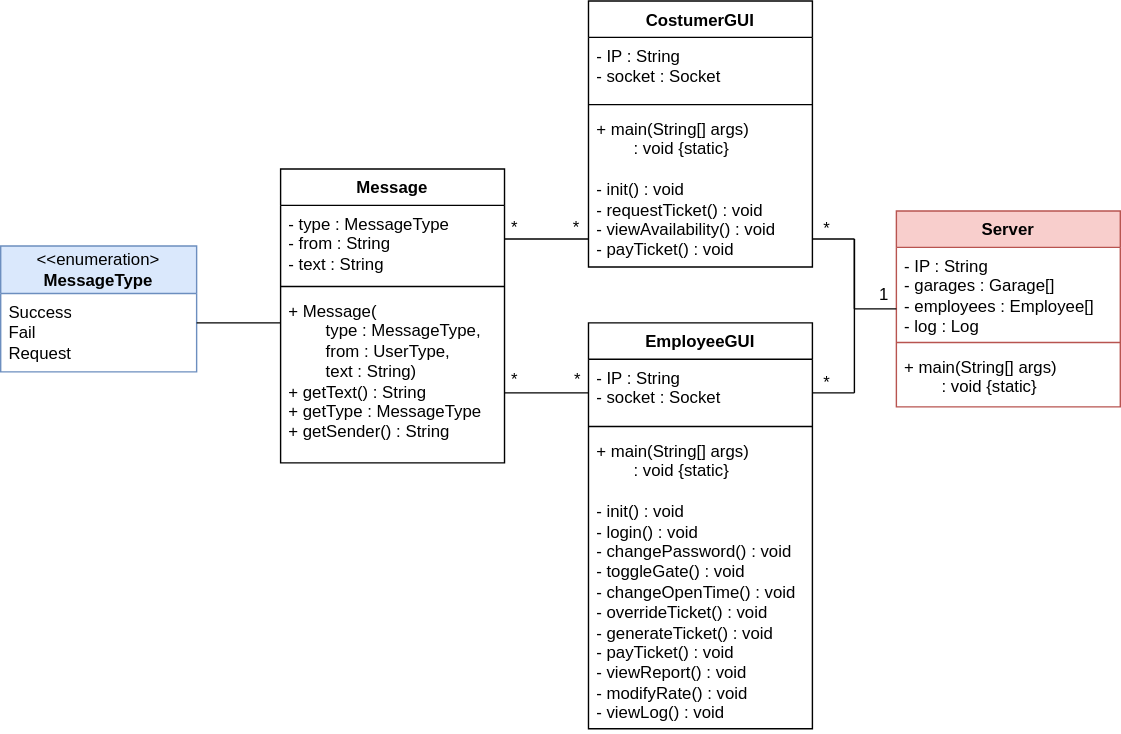
The draw.io diagram design/Diagrams/ClientClassDiagram.svg in CSUEB-CS401-02-SP25-Group-Project-1/parking-garage-system, before a commit. Source tidied: cells renumbered, new cells last; positions are measured from the earlier drawing's top-left corner, leaving out a move shared by most shapes.
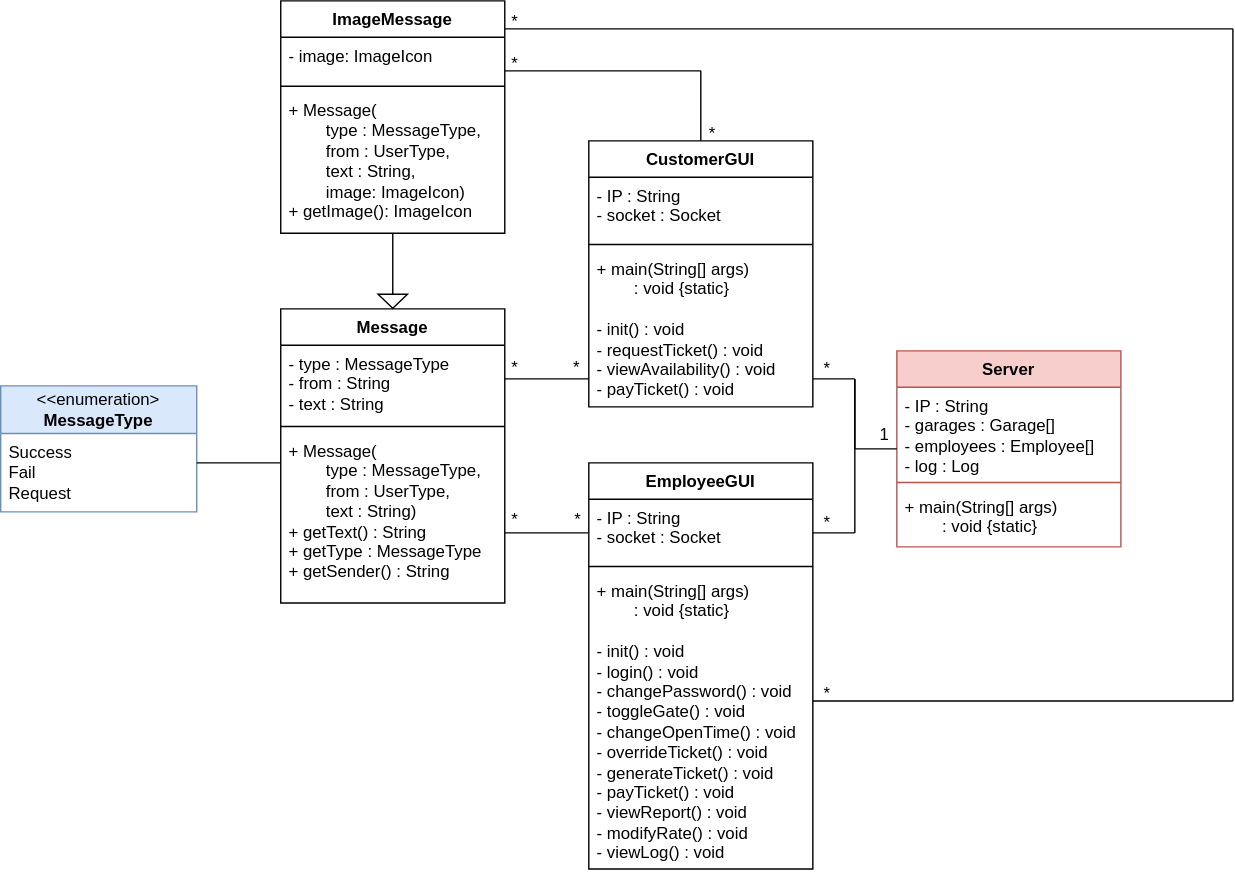
The same file after the commit.

Commit message:
revised class diagrams and added imagemessage class to doc

The edit, as a diff of the source:
```diff
@@ -2,7 +2,7 @@
   <root>
     <mxCell id="0" />
     <mxCell id="1" parent="0" />
-    <mxCell id="2" value="CostumerGUI" style="swimlane;fontStyle=1;align=center;verticalAlign=top;horizontal=1;startSize=26;whiteSpace=wrap;html=1;" parent="1" vertex="1">
+    <mxCell id="2" value="CustomerGUI" style="swimlane;fontStyle=1;align=center;verticalAlign=top;horizontal=1;startSize=26;whiteSpace=wrap;html=1;" parent="1" vertex="1">
       <mxGeometry x="420" width="160" height="190" as="geometry" />
     </mxCell>
     <mxCell id="3" value="&lt;div&gt;- IP : String&lt;/div&gt;&lt;div&gt;- socket : Socket&lt;/div&gt;" style="text;strokeColor=none;fillColor=none;align=left;verticalAlign=top;spacingLeft=4;spacingRight=4;overflow=hidden;whiteSpace=wrap;html=1;" parent="2" vertex="1">
@@ -131,5 +131,64 @@
     <mxCell id="35" value="1" style="text;html=1;align=center;verticalAlign=middle;strokeColor=none;fillColor=none;" parent="1" vertex="1">
       <mxGeometry x="616" y="195" width="30" height="30" as="geometry" />
     </mxCell>
+    <mxCell id="36" value="ImageMessage" style="swimlane;fontStyle=1;align=center;verticalAlign=top;horizontal=1;startSize=26;whiteSpace=wrap;html=1;" parent="1" vertex="1">
+      <mxGeometry x="200" y="-100" width="160" height="166" as="geometry" />
+    </mxCell>
+    <mxCell id="37" value="&lt;div&gt;- image: ImageIcon&lt;/div&gt;" style="text;strokeColor=none;fillColor=none;align=left;verticalAlign=top;spacingLeft=4;spacingRight=4;overflow=hidden;whiteSpace=wrap;html=1;" parent="36" vertex="1">
+      <mxGeometry y="26" width="160" height="31" as="geometry" />
+    </mxCell>
+    <mxCell id="38" style="line;strokeWidth=1;fillColor=none;align=left;verticalAlign=middle;spacingTop=-1;spacingLeft=3;spacingRight=3;labelPosition=right;strokeColor=inherit;" parent="36" vertex="1">
+      <mxGeometry y="57" width="160" height="8" as="geometry" />
+    </mxCell>
+    <mxCell id="39" style="endArrow=none;html=1;rounded=0;" parent="36" edge="1">
+      <mxGeometry relative="1" as="geometry">
+        <mxPoint x="300" y="50" as="sourcePoint" />
+        <mxPoint x="160" y="50" as="targetPoint" />
+      </mxGeometry>
+    </mxCell>
+    <mxCell id="40" value="&lt;div&gt;&lt;div&gt;+ Message(&lt;/div&gt;&lt;div&gt;&lt;span style=&quot;white-space: pre;&quot;&gt;&#9;&lt;/span&gt;type : MessageType,&lt;/div&gt;&lt;div&gt;&lt;span style=&quot;white-space: pre;&quot;&gt;&#9;&lt;/span&gt;from : UserType,&lt;/div&gt;&lt;div&gt;&lt;span style=&quot;white-space: pre;&quot;&gt;&#9;&lt;/span&gt;text : String,&lt;/div&gt;&lt;div&gt;&lt;span style=&quot;white-space: pre;&quot;&gt;&#9;&lt;/span&gt;image: ImageIcon)&lt;/div&gt;&lt;/div&gt;&lt;div&gt;+ getImage(): ImageIcon&lt;/div&gt;" style="text;strokeColor=none;fillColor=none;align=left;verticalAlign=top;spacingLeft=4;spacingRight=4;overflow=hidden;whiteSpace=wrap;html=1;" parent="36" vertex="1">
+      <mxGeometry y="65" width="160" height="101" as="geometry" />
+    </mxCell>
+    <mxCell id="41" style="endArrow=none;html=1;rounded=0;exitX=0.5;exitY=1;exitDx=0;exitDy=0;entryX=0;entryY=0.5;entryDx=0;entryDy=0;" parent="1" edge="1" source="36" target="42">
+      <mxGeometry relative="1" as="geometry" />
+    </mxCell>
+    <mxCell id="42" style="triangle;whiteSpace=wrap;html=1;rotation=90;" parent="1" vertex="1">
+      <mxGeometry x="275" y="104" width="10" height="21" as="geometry" />
+    </mxCell>
+    <mxCell id="43" style="endArrow=none;html=1;rounded=0;exitX=0.5;exitY=0;exitDx=0;exitDy=0;" parent="1" edge="1" source="2">
+      <mxGeometry relative="1" as="geometry">
+        <mxPoint x="500" y="-50" as="targetPoint" />
+      </mxGeometry>
+    </mxCell>
+    <mxCell id="44" style="endArrow=none;html=1;rounded=0;" parent="1" edge="1">
+      <mxGeometry relative="1" as="geometry">
+        <mxPoint x="880" y="400" as="sourcePoint" />
+        <mxPoint x="580" y="400" as="targetPoint" />
+      </mxGeometry>
+    </mxCell>
+    <mxCell id="45" style="endArrow=none;html=1;rounded=0;exitX=0.5;exitY=0;exitDx=0;exitDy=0;" parent="1" edge="1">
+      <mxGeometry relative="1" as="geometry">
+        <mxPoint x="880" y="400" as="sourcePoint" />
+        <mxPoint x="880" y="-80" as="targetPoint" />
+      </mxGeometry>
+    </mxCell>
+    <mxCell id="46" style="endArrow=none;html=1;rounded=0;" parent="1" edge="1">
+      <mxGeometry relative="1" as="geometry">
+        <mxPoint x="880" y="-80" as="sourcePoint" />
+        <mxPoint x="360" y="-80" as="targetPoint" />
+      </mxGeometry>
+    </mxCell>
+    <mxCell id="47" value="*" style="text;html=1;align=center;verticalAlign=middle;strokeColor=none;fillColor=none;" parent="1" vertex="1">
+      <mxGeometry x="493" y="-20" width="30" height="30" as="geometry" />
+    </mxCell>
+    <mxCell id="48" value="*" style="text;html=1;align=center;verticalAlign=middle;strokeColor=none;fillColor=none;" parent="1" vertex="1">
+      <mxGeometry x="352" y="-70" width="30" height="30" as="geometry" />
+    </mxCell>
+    <mxCell id="49" value="*" style="text;html=1;align=center;verticalAlign=middle;strokeColor=none;fillColor=none;" parent="1" vertex="1">
+      <mxGeometry x="352" y="-100" width="30" height="30" as="geometry" />
+    </mxCell>
+    <mxCell id="50" value="*" style="text;html=1;align=center;verticalAlign=middle;strokeColor=none;fillColor=none;" parent="1" vertex="1">
+      <mxGeometry x="575" y="380" width="30" height="30" as="geometry" />
+    </mxCell>
   </root>
 </mxGraphModel>
```
